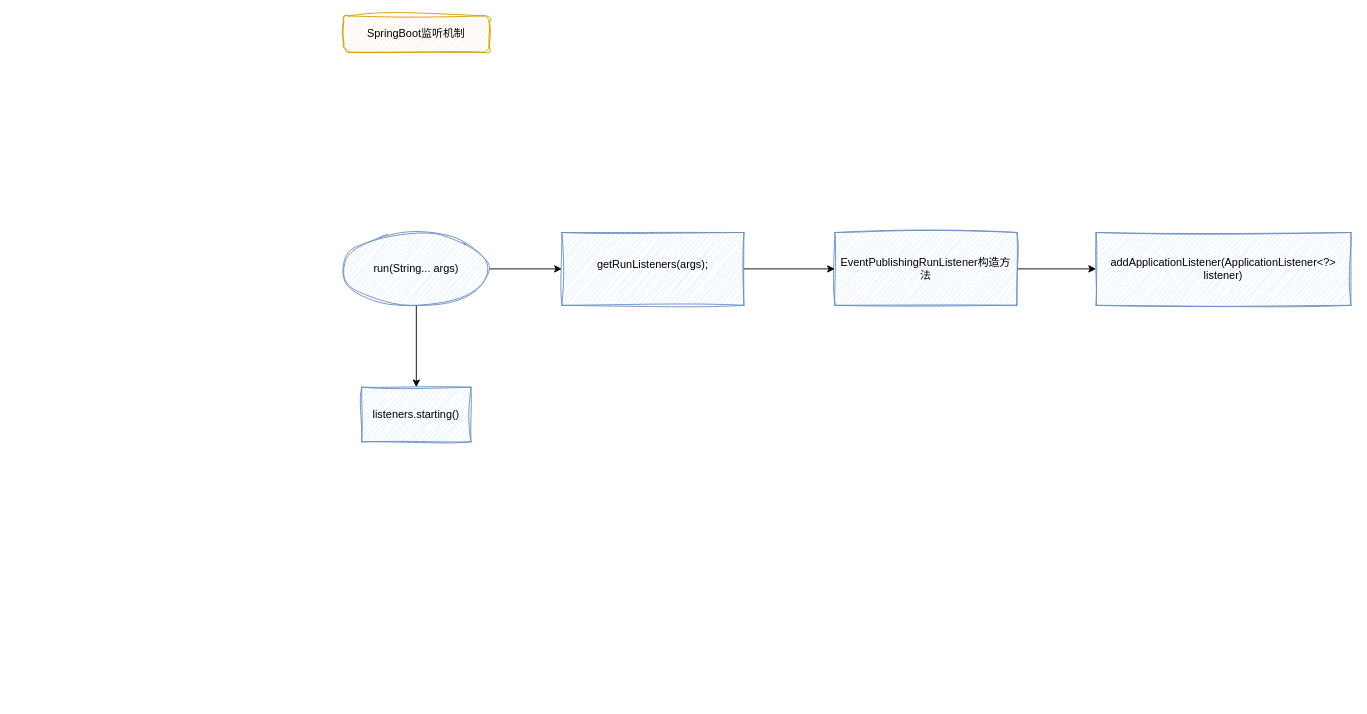
Earlier version of the draw.io diagram springboot相关/SpringBoot监听机制.drawio (niuxiaocong/nyc-jvm). Source tidied: cells renumbered, new cells numbered last; positions are measured from the earlier drawing's top-left corner, leaving out a move shared by most shapes. Both pictures are drawn from the tidied source at 91%, with x=0, y=0 at pixel (343, 15).
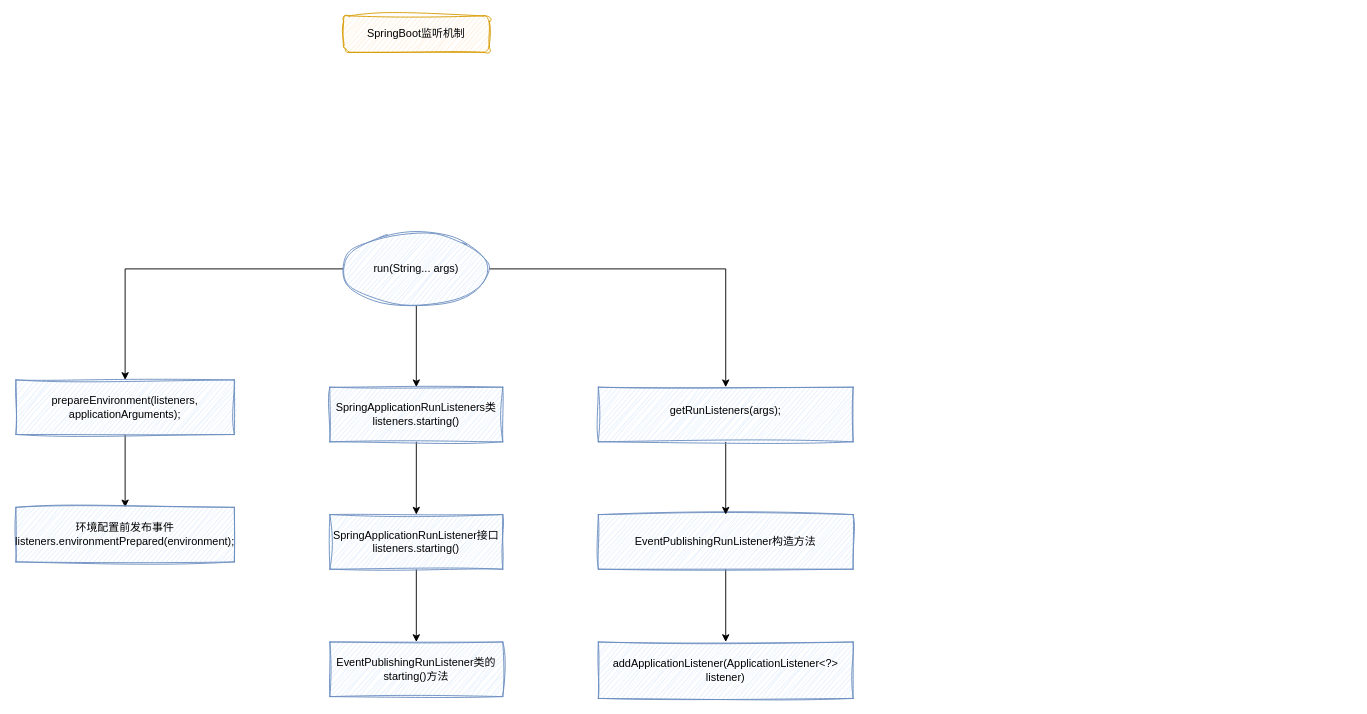
Above is the later version.

Commit message (it also covers changes not shown here):
更新SpringBoot监听机制.drawio

Diff of the diagram source:
```diff
@@
 <mxGraphModel>
   <root>
     <mxCell id="0" />
     <mxCell id="1" parent="0" />
     <mxCell id="2" value="SpringBoot监听机制" style="rounded=1;whiteSpace=wrap;html=1;fillColor=#ffe6cc;strokeColor=#d79b00;sketch=1;curveFitting=1;jiggle=2;" parent="1" vertex="1">
       <mxGeometry width="160" height="40" as="geometry" />
     </mxCell>
-    <mxCell id="3" style="edgeStyle=orthogonalEdgeStyle;rounded=0;jettySize=auto;html=1;" parent="1" edge="1" source="5">
-      <mxGeometry relative="1" as="geometry">
-        <mxPoint x="240" y="278" as="targetPoint" />
-      </mxGeometry>
-    </mxCell>
     <mxCell id="4" style="edgeStyle=orthogonalEdgeStyle;rounded=0;jettySize=auto;html=1;" parent="1" edge="1" source="5" target="11">
       <mxGeometry relative="1" as="geometry" />
     </mxCell>
+    <mxCell id="12" style="edgeStyle=orthogonalEdgeStyle;rounded=0;jettySize=auto;html=1;entryX=0.5;entryY=0;entryDx=0;entryDy=0;" parent="1" edge="1" source="5" target="19">
+      <mxGeometry relative="1" as="geometry" />
+    </mxCell>
+    <mxCell id="13" style="edgeStyle=orthogonalEdgeStyle;rounded=0;jettySize=auto;html=1;entryX=0.5;entryY=0;entryDx=0;entryDy=0;" parent="1" edge="1" source="5" target="10">
+      <mxGeometry relative="1" as="geometry" />
+    </mxCell>
     <mxCell id="5" value="&lt;div class=&quot;lake-content&quot;&gt;&lt;span class=&quot;ne-text&quot;&gt;run(String... args)&lt;/span&gt;&lt;/div&gt;" style="ellipse;whiteSpace=wrap;html=1;sketch=1;curveFitting=1;jiggle=2;fillColor=#dae8fc;strokeColor=#6c8ebf;" parent="1" vertex="1">
       <mxGeometry y="238" width="160" height="80" as="geometry" />
     </mxCell>
-    <mxCell id="6" style="edgeStyle=orthogonalEdgeStyle;rounded=0;jettySize=auto;html=1;" parent="1" edge="1" source="7" target="8">
+    <mxCell id="6" style="edgeStyle=orthogonalEdgeStyle;rounded=0;jettySize=auto;html=1;entryX=0.5;entryY=0;entryDx=0;entryDy=0;" parent="1" edge="1" source="7" target="8">
       <mxGeometry relative="1" as="geometry" />
     </mxCell>
     <mxCell id="7" value="EventPublishingRunListener构造方法" style="rounded=0;whiteSpace=wrap;html=1;fillColor=#dae8fc;strokeColor=#6c8ebf;sketch=1;curveFitting=1;jiggle=2;" parent="1" vertex="1">
-      <mxGeometry x="540" y="238" width="200" height="80" as="geometry" />
+      <mxGeometry x="280" y="548" width="280" height="60" as="geometry" />
     </mxCell>
     <mxCell id="8" value="addApplicationListener(ApplicationListener&amp;lt;?&amp;gt; listener)" style="rounded=0;whiteSpace=wrap;html=1;fillColor=#dae8fc;strokeColor=#6c8ebf;sketch=1;curveFitting=1;jiggle=2;" parent="1" vertex="1">
-      <mxGeometry x="827" y="238" width="280" height="80" as="geometry" />
+      <mxGeometry x="280" y="688" width="280" height="62" as="geometry" />
     </mxCell>
-    <mxCell id="9" style="edgeStyle=orthogonalEdgeStyle;rounded=0;jettySize=auto;html=1;entryX=0;entryY=0.5;entryDx=0;entryDy=0;" parent="1" edge="1" source="10" target="7">
+    <mxCell id="9" style="edgeStyle=orthogonalEdgeStyle;rounded=0;jettySize=auto;html=1;" parent="1" edge="1" source="10" target="7">
       <mxGeometry relative="1" as="geometry" />
     </mxCell>
     <mxCell id="10" value="&lt;div class=&quot;lake-content&quot;&gt;&lt;p style=&quot;margin: 0; padding: 0; min-height: 24px&quot; class=&quot;ne-p&quot; id=&quot;u0cedb32c&quot;&gt;&lt;span class=&quot;ne-text&quot;&gt;getRunListeners(args);&lt;/span&gt;&lt;/p&gt;&lt;/div&gt;" style="rounded=0;whiteSpace=wrap;html=1;fillColor=#dae8fc;strokeColor=#6c8ebf;sketch=1;curveFitting=1;jiggle=2;" parent="1" vertex="1">
-      <mxGeometry x="240" y="238" width="200" height="80" as="geometry" />
+      <mxGeometry x="280" y="408" width="280" height="60" as="geometry" />
     </mxCell>
+    <mxCell id="14" style="edgeStyle=orthogonalEdgeStyle;rounded=0;jettySize=auto;html=1;" parent="1" edge="1" source="11" target="16">
+      <mxGeometry relative="1" as="geometry" />
+    </mxCell>
-    <mxCell id="11" value="&lt;div class=&quot;lake-content&quot;&gt;&lt;span class=&quot;ne-text&quot;&gt;listeners.starting()&lt;/span&gt;&lt;/div&gt;" style="whiteSpace=wrap;html=1;fillColor=#dae8fc;strokeColor=#6c8ebf;sketch=1;curveFitting=1;jiggle=2;" parent="1" vertex="1">
-      <mxGeometry x="20" y="408" width="120" height="60" as="geometry" />
+    <mxCell id="11" value="&lt;div class=&quot;lake-content&quot;&gt;&lt;span class=&quot;ne-text&quot;&gt;SpringApplicationRunListeners类 listeners.starting()&lt;/span&gt;&lt;/div&gt;" style="whiteSpace=wrap;html=1;fillColor=#dae8fc;strokeColor=#6c8ebf;sketch=1;curveFitting=1;jiggle=2;" parent="1" vertex="1">
+      <mxGeometry x="-15" y="408" width="190" height="60" as="geometry" />
     </mxCell>
+    <mxCell id="15" style="edgeStyle=orthogonalEdgeStyle;rounded=0;jettySize=auto;html=1;" parent="1" edge="1" source="16" target="17">
+      <mxGeometry relative="1" as="geometry" />
+    </mxCell>
+    <mxCell id="16" value="&lt;div class=&quot;lake-content&quot;&gt;&lt;span class=&quot;ne-text&quot;&gt;SpringApplicationRunListener接口 listeners.starting()&lt;/span&gt;&lt;/div&gt;" style="whiteSpace=wrap;html=1;fillColor=#dae8fc;strokeColor=#6c8ebf;sketch=1;curveFitting=1;jiggle=2;" parent="1" vertex="1">
+      <mxGeometry x="-15" y="548" width="190" height="60" as="geometry" />
+    </mxCell>
+    <mxCell id="17" value="&lt;div class=&quot;lake-content&quot;&gt;&lt;div class=&quot;lake-content&quot;&gt;&lt;span class=&quot;ne-text&quot;&gt;EventPublishingRunListener类的&lt;/span&gt;&lt;/div&gt;&lt;div class=&quot;lake-content&quot;&gt;starting()方法&lt;/div&gt;&lt;/div&gt;" style="whiteSpace=wrap;html=1;fillColor=#dae8fc;strokeColor=#6c8ebf;sketch=1;curveFitting=1;jiggle=2;" parent="1" vertex="1">
+      <mxGeometry x="-15" y="688" width="190" height="60" as="geometry" />
+    </mxCell>
+    <mxCell id="18" style="edgeStyle=orthogonalEdgeStyle;rounded=0;jettySize=auto;html=1;" parent="1" edge="1" source="19" target="20">
+      <mxGeometry relative="1" as="geometry" />
+    </mxCell>
+    <mxCell id="19" value="&lt;div class=&quot;lake-content&quot;&gt;prepareEnvironment(listeners, applicationArguments);&lt;/div&gt;" style="whiteSpace=wrap;html=1;fillColor=#dae8fc;strokeColor=#6c8ebf;sketch=1;curveFitting=1;jiggle=2;" parent="1" vertex="1">
+      <mxGeometry x="-360" y="400" width="240" height="60" as="geometry" />
+    </mxCell>
+    <mxCell id="20" value="&lt;div class=&quot;lake-content&quot;&gt;环境配置前发布事件&lt;br&gt;listeners.environmentPrepared(environment);&lt;/div&gt;" style="whiteSpace=wrap;html=1;fillColor=#dae8fc;strokeColor=#6c8ebf;sketch=1;curveFitting=1;jiggle=2;" parent="1" vertex="1">
+      <mxGeometry x="-360" y="540" width="240" height="60" as="geometry" />
+    </mxCell>
   </root>
 </mxGraphModel>
```
